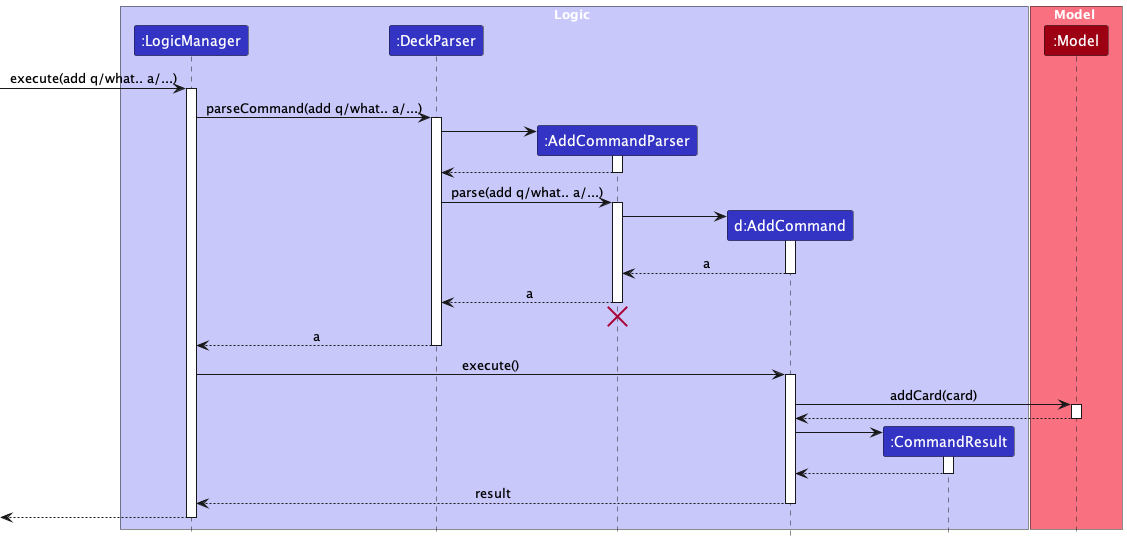
Above: docs/images/AddCommandSequenceDiagram.png in nus-cs2103-AY2324S1/tp (PlantUML), before the change.
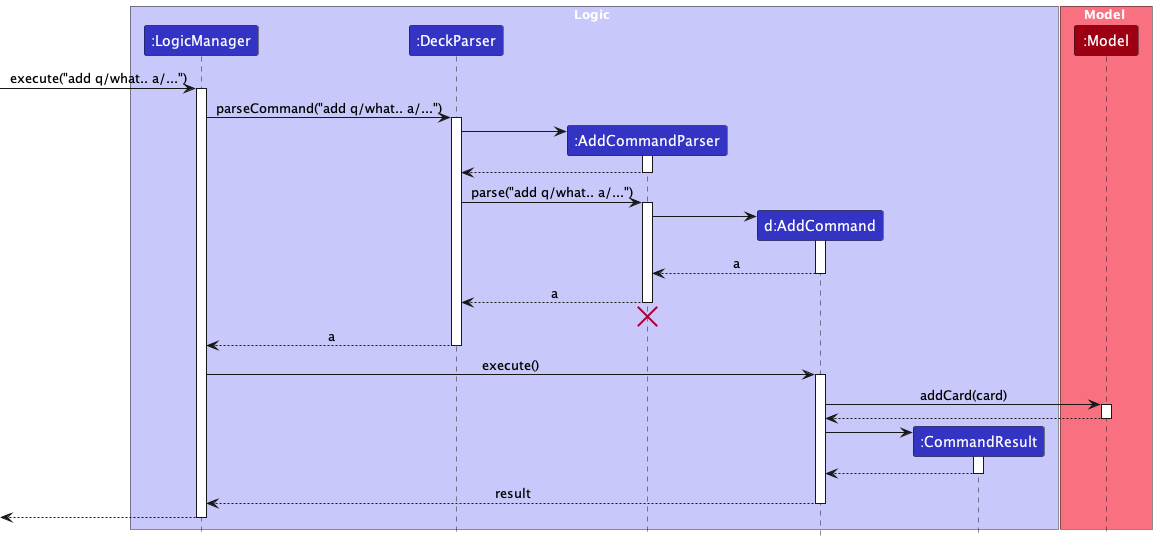
The same diagram one commit later.

What changed in the source:
```diff
@@ -14,10 +14,10 @@
 participant ":Model" as Model MODEL_COLOR
 end box
 
-[-> LogicManager : execute(add q/what.. a/...)
+[-> LogicManager : execute("add q/what.. a/...")
 activate LogicManager
 
-LogicManager -> DeckParser : parseCommand(add q/what.. a/...)
+LogicManager -> DeckParser : parseCommand("add q/what.. a/...")
 activate DeckParser
 
 create AddCommandParser
@@ -27,7 +27,7 @@
 AddCommandParser --> DeckParser
 deactivate AddCommandParser
 
-DeckParser -> AddCommandParser : parse(add q/what.. a/...)
+DeckParser -> AddCommandParser : parse("add q/what.. a/...")
 activate AddCommandParser
 
 create AddCommand
```
